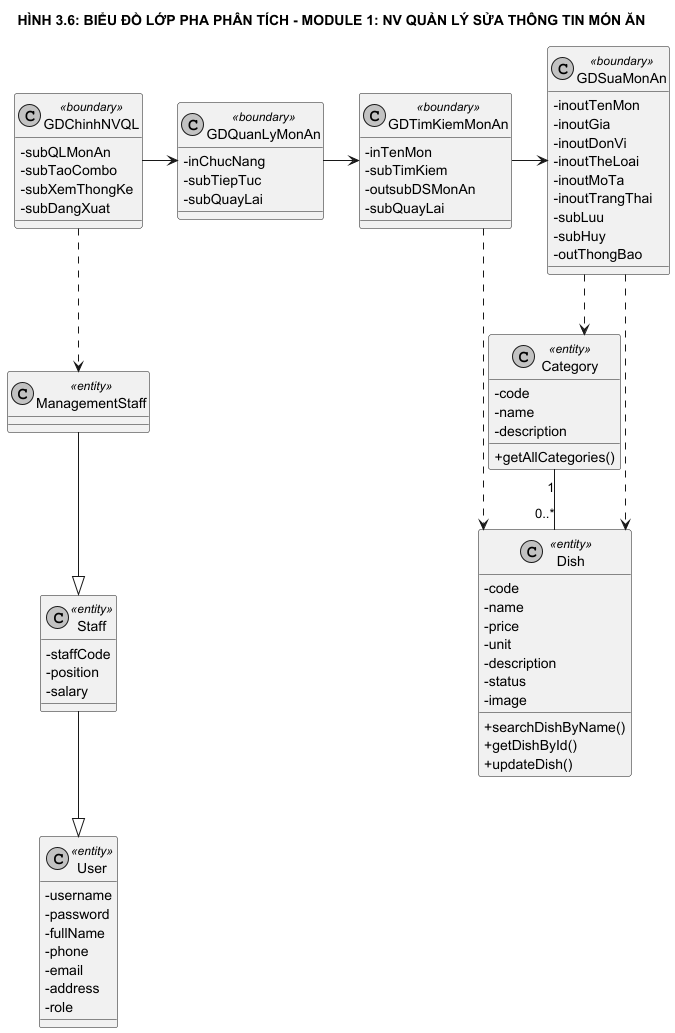
Earlier version of the PlantUML export docs/diagrams/Analysis_02_Module1_ClassDiagram.png (NEWBIE1005/RMS_RestaurantManagementSystem).
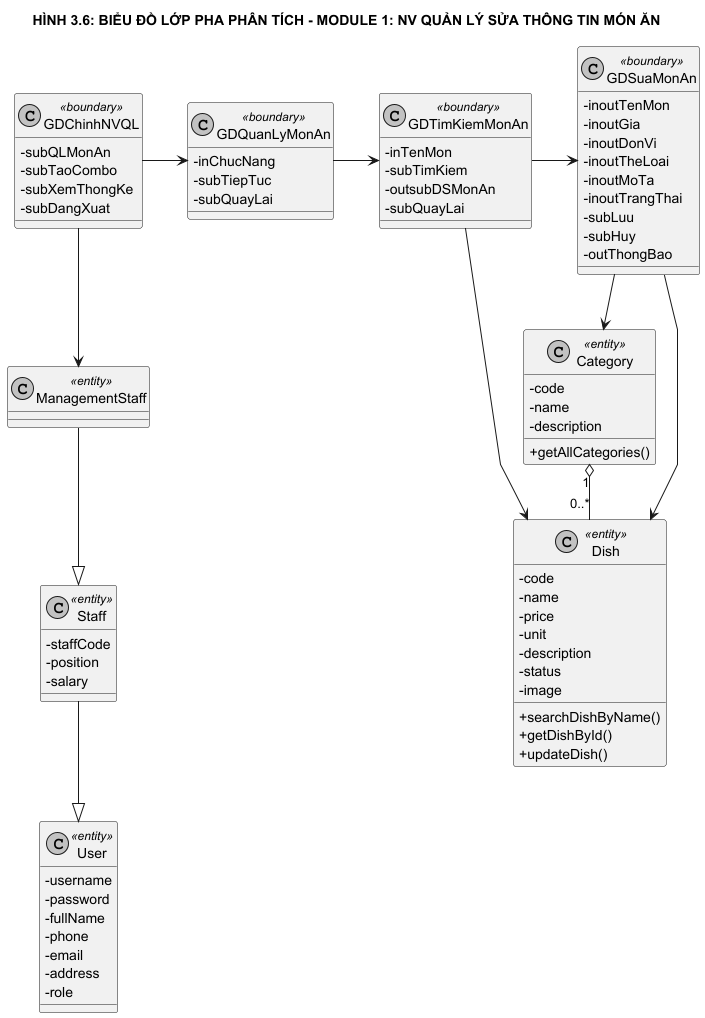
The same file after the commit.

Change to the diagram source:
```diff
@@ -2,8 +2,10 @@
 skinparam classAttributeIconSize 0
 skinparam monochrome true
 skinparam shadowing false
-skinparam linetype ortho
+skinparam linetype polyline
 skinparam packageStyle rectangle
+skinparam nodesep 45
+skinparam ranksep 55
 
 title HÌNH 3.6: BIỂU ĐỒ LỚP PHA PHÂN TÍCH - MODULE 1: NV QUẢN LÝ SỬA THÔNG TIN MÓN ĂN
 
@@ -78,17 +80,17 @@
     + updateDish()
 }
 
-Staff --|> User
-ManagementStaff --|> Staff
-Category "1" -- "0..*" Dish
-
 GDChinhNVQL -right-> GDQuanLyMonAn
 GDQuanLyMonAn -right-> GDTimKiemMonAn
 GDTimKiemMonAn -right-> GDSuaMonAn
 
-GDChinhNVQL ..> ManagementStaff
-GDTimKiemMonAn ..> Dish
-GDSuaMonAn ..> Dish
-GDSuaMonAn ..> Category
+GDChinhNVQL -down-> ManagementStaff
+GDTimKiemMonAn -down-> Dish
+GDSuaMonAn -down-> Dish
+GDSuaMonAn -down-> Category
+
+ManagementStaff -down-|> Staff
+Staff -down-|> User
+Category "1" o-- "0..*" Dish
 
 @enduml
```
